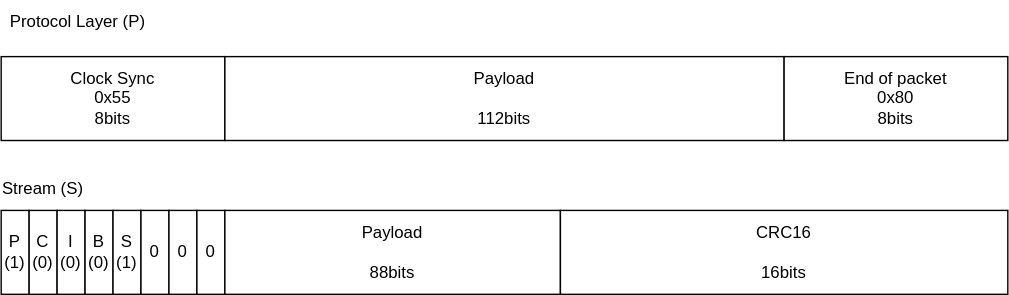
The draw.io diagram Packets.svg in cdg66/BUS_figures, before a commit. Source tidied: cells renumbered, new cells last; positions are measured from the earlier drawing's top-left corner, leaving out a move shared by most shapes.
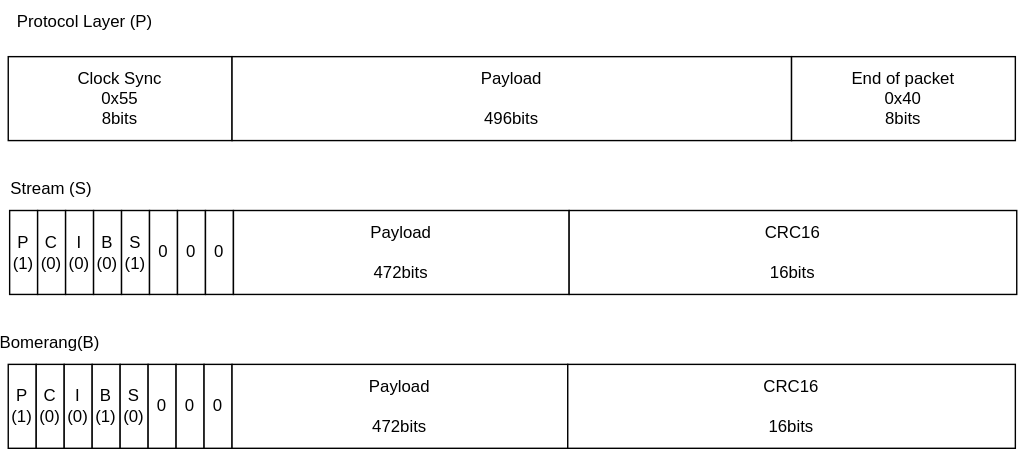
Later version of the same file.

Change to the diagram source:
```diff
@@ -3,16 +3,16 @@
     <mxCell id="0" />
     <mxCell id="1" parent="0" />
     <mxCell id="2" value="&lt;div&gt;Clock Sync&lt;/div&gt;&lt;div&gt;0x55&lt;/div&gt;&lt;div&gt;8bits&lt;br&gt;&lt;/div&gt;" style="rounded=0;whiteSpace=wrap;html=1;" parent="1" vertex="1">
-      <mxGeometry y="40" width="160" height="60" as="geometry" />
+      <mxGeometry x="-1" y="40" width="160" height="60" as="geometry" />
     </mxCell>
-    <mxCell id="3" value="&lt;div&gt;Payload&lt;br&gt;&lt;/div&gt;&lt;div&gt;&lt;br&gt;&lt;/div&gt;&lt;div&gt;112bits&lt;br&gt;&lt;/div&gt;" style="rounded=0;whiteSpace=wrap;html=1;" parent="1" vertex="1">
-      <mxGeometry x="160" y="40" width="400" height="60" as="geometry" />
+    <mxCell id="3" value="&lt;div&gt;Payload&lt;br&gt;&lt;/div&gt;&lt;div&gt;&lt;br&gt;&lt;/div&gt;&lt;div&gt;496bits&lt;br&gt;&lt;/div&gt;" style="rounded=0;whiteSpace=wrap;html=1;" parent="1" vertex="1">
+      <mxGeometry x="159" y="40" width="400" height="60" as="geometry" />
     </mxCell>
-    <mxCell id="4" value="&lt;div&gt;End of packet&lt;br&gt;&lt;/div&gt;&lt;div&gt;0x80&lt;/div&gt;&lt;div&gt;8bits&lt;br&gt;&lt;/div&gt;" style="rounded=0;whiteSpace=wrap;html=1;" parent="1" vertex="1">
-      <mxGeometry x="560" y="40" width="160" height="60" as="geometry" />
+    <mxCell id="4" value="&lt;div&gt;End of packet&lt;br&gt;&lt;/div&gt;&lt;div&gt;0x40&lt;/div&gt;&lt;div&gt;8bits&lt;br&gt;&lt;/div&gt;" style="rounded=0;whiteSpace=wrap;html=1;" parent="1" vertex="1">
+      <mxGeometry x="559" y="40" width="160" height="60" as="geometry" />
     </mxCell>
     <mxCell id="5" value="Protocol Layer (P)" style="text;html=1;strokeColor=none;fillColor=none;align=center;verticalAlign=middle;whiteSpace=wrap;rounded=0;" parent="1" vertex="1">
-      <mxGeometry width="110" height="30" as="geometry" />
+      <mxGeometry x="-1" width="110" height="30" as="geometry" />
     </mxCell>
     <mxCell id="6" value="Stream (S)" style="text;html=1;strokeColor=none;fillColor=none;align=center;verticalAlign=middle;whiteSpace=wrap;rounded=0;" parent="1" vertex="1">
       <mxGeometry y="120" width="60" height="30" as="geometry" />
@@ -41,11 +41,44 @@
     <mxCell id="14" value="0" style="rounded=0;whiteSpace=wrap;html=1;" parent="1" vertex="1">
       <mxGeometry x="140" y="150" width="20" height="60" as="geometry" />
     </mxCell>
-    <mxCell id="15" value="&lt;div&gt;Payload&lt;br&gt;&lt;/div&gt;&lt;div&gt;&lt;br&gt;&lt;/div&gt;&lt;div&gt;88bits&lt;br&gt;&lt;/div&gt;" style="rounded=0;whiteSpace=wrap;html=1;" parent="1" vertex="1">
+    <mxCell id="15" value="&lt;div&gt;Payload&lt;br&gt;&lt;/div&gt;&lt;div&gt;&lt;br&gt;&lt;/div&gt;&lt;div&gt;472bits&lt;br&gt;&lt;/div&gt;" style="rounded=0;whiteSpace=wrap;html=1;" parent="1" vertex="1">
       <mxGeometry x="160" y="150" width="240" height="60" as="geometry" />
     </mxCell>
     <mxCell id="16" value="&lt;div&gt;CRC16&lt;br&gt;&lt;/div&gt;&lt;div&gt;&lt;br&gt;&lt;/div&gt;&lt;div&gt;16bits&lt;br&gt;&lt;/div&gt;" style="rounded=0;whiteSpace=wrap;html=1;" parent="1" vertex="1">
       <mxGeometry x="400" y="150" width="320" height="60" as="geometry" />
     </mxCell>
+    <mxCell id="17" value="Bomerang(B)" style="text;html=1;strokeColor=none;fillColor=none;align=center;verticalAlign=middle;whiteSpace=wrap;rounded=0;" parent="1" vertex="1">
+      <mxGeometry x="-1" y="230" width="60" height="30" as="geometry" />
+    </mxCell>
+    <mxCell id="18" value="&lt;div&gt;P&lt;/div&gt;&lt;div&gt;(1)&lt;br&gt;&lt;/div&gt;" style="rounded=0;whiteSpace=wrap;html=1;" parent="1" vertex="1">
+      <mxGeometry x="-1" y="260" width="20" height="60" as="geometry" />
+    </mxCell>
+    <mxCell id="19" value="&lt;div&gt;C&lt;/div&gt;&lt;div&gt;(0)&lt;/div&gt;" style="rounded=0;whiteSpace=wrap;html=1;" parent="1" vertex="1">
+      <mxGeometry x="19" y="260" width="20" height="60" as="geometry" />
+    </mxCell>
+    <mxCell id="20" value="&lt;div&gt;I&lt;/div&gt;&lt;div&gt;(0)&lt;/div&gt;" style="rounded=0;whiteSpace=wrap;html=1;" parent="1" vertex="1">
+      <mxGeometry x="39" y="260" width="20" height="60" as="geometry" />
+    </mxCell>
+    <mxCell id="21" value="&lt;div&gt;B&lt;/div&gt;&lt;div&gt;(1)&lt;/div&gt;" style="rounded=0;whiteSpace=wrap;html=1;" parent="1" vertex="1">
+      <mxGeometry x="59" y="260" width="20" height="60" as="geometry" />
+    </mxCell>
+    <mxCell id="22" value="&lt;div&gt;S&lt;/div&gt;&lt;div&gt;(0)&lt;/div&gt;" style="rounded=0;whiteSpace=wrap;html=1;" parent="1" vertex="1">
+      <mxGeometry x="79" y="260" width="20" height="60" as="geometry" />
+    </mxCell>
+    <mxCell id="23" value="0" style="rounded=0;whiteSpace=wrap;html=1;" parent="1" vertex="1">
+      <mxGeometry x="99" y="260" width="20" height="60" as="geometry" />
+    </mxCell>
+    <mxCell id="24" value="0" style="rounded=0;whiteSpace=wrap;html=1;" parent="1" vertex="1">
+      <mxGeometry x="119" y="260" width="20" height="60" as="geometry" />
+    </mxCell>
+    <mxCell id="25" value="0" style="rounded=0;whiteSpace=wrap;html=1;" parent="1" vertex="1">
+      <mxGeometry x="139" y="260" width="20" height="60" as="geometry" />
+    </mxCell>
+    <mxCell id="26" value="&lt;div&gt;Payload&lt;br&gt;&lt;/div&gt;&lt;div&gt;&lt;br&gt;&lt;/div&gt;&lt;div&gt;472bits&lt;br&gt;&lt;/div&gt;" style="rounded=0;whiteSpace=wrap;html=1;" parent="1" vertex="1">
+      <mxGeometry x="159" y="260" width="240" height="60" as="geometry" />
+    </mxCell>
+    <mxCell id="27" value="&lt;div&gt;CRC16&lt;br&gt;&lt;/div&gt;&lt;div&gt;&lt;br&gt;&lt;/div&gt;&lt;div&gt;16bits&lt;br&gt;&lt;/div&gt;" style="rounded=0;whiteSpace=wrap;html=1;" parent="1" vertex="1">
+      <mxGeometry x="399" y="260" width="320" height="60" as="geometry" />
+    </mxCell>
   </root>
 </mxGraphModel>
```
